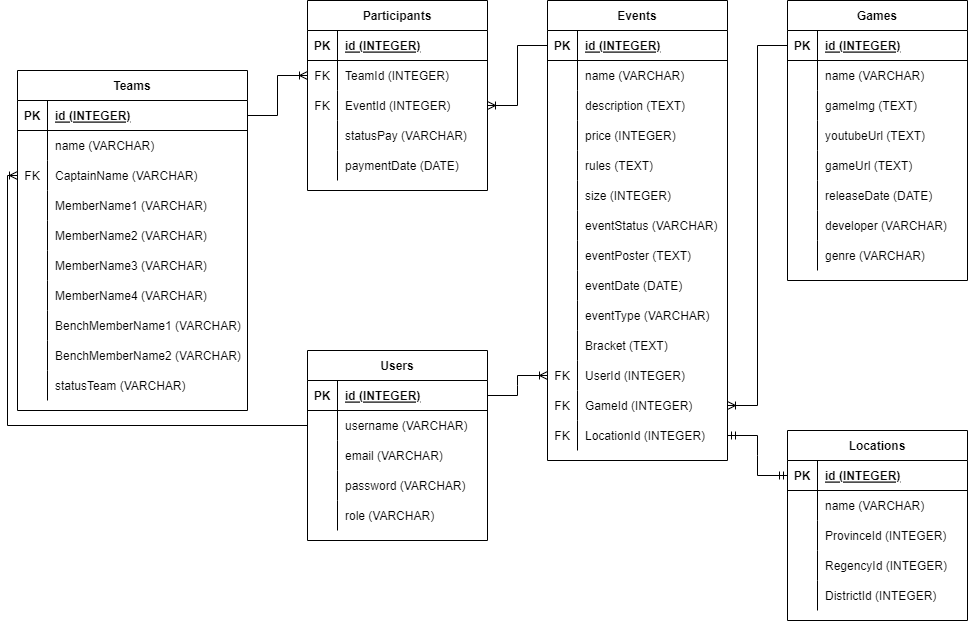
This is refrences/ERD DB Schema/Gametive Schema ERD.png from YohKristian/Gametive, a draw.io export, as it was before one commit. Source tidied: cells renumbered, new cells last; positions are measured from the earlier drawing's top-left corner, leaving out a move shared by most shapes.
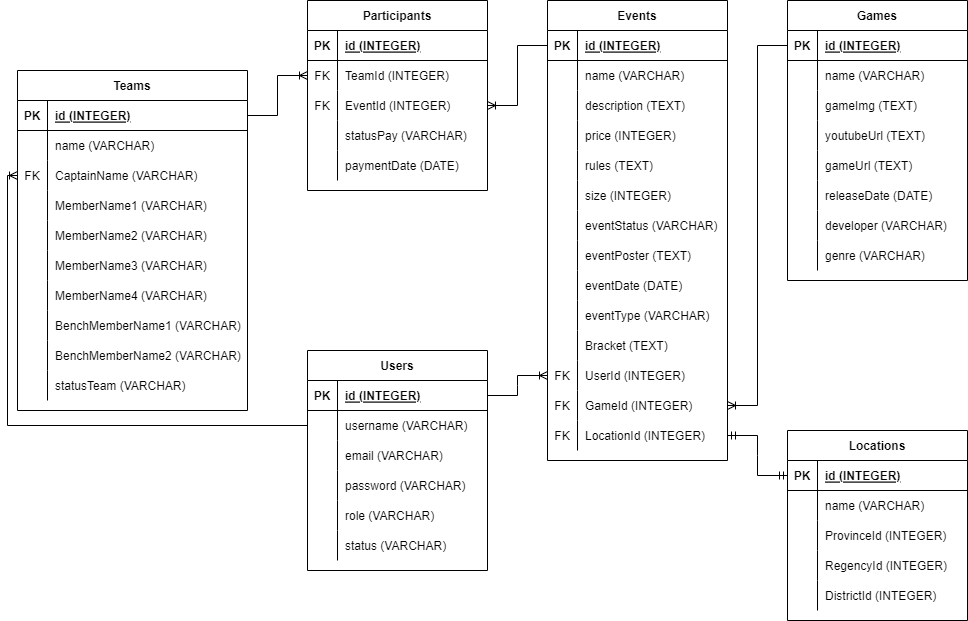
The same file after the commit.

Change to the diagram source:
```diff
@@ -3,7 +3,7 @@
     <mxCell id="0" />
     <mxCell id="1" parent="0" />
     <mxCell id="2" value="Users" style="shape=table;startSize=30;rowLines=0;fontStyle=1;align=center;" parent="1" vertex="1">
-      <mxGeometry x="290" y="350" width="180" height="190" as="geometry" />
+      <mxGeometry x="290" y="350" width="180" height="220" as="geometry" />
     </mxCell>
     <mxCell id="3" style="shape=tableRow;horizontal=0;startSize=0;swimlaneHead=0;swimlaneBody=0;fillColor=none;points=[[0,0.5],[1,0.5]];portConstraint=eastwest;top=0;left=0;right=0;bottom=1;" parent="2" vertex="1">
       <mxGeometry y="30" width="180" height="30" as="geometry" />
@@ -50,6 +50,15 @@
     <mxCell id="17" value="role (VARCHAR)" style="shape=partialRectangle;fillColor=none;top=0;left=0;bottom=0;right=0;align=left;spacingLeft=6;overflow=hidden;" parent="15" vertex="1">
       <mxGeometry x="30" width="150" height="30" as="geometry" />
     </mxCell>
+    <mxCell id="155" style="shape=tableRow;horizontal=0;startSize=0;swimlaneHead=0;swimlaneBody=0;fillColor=none;top=0;left=0;right=0;bottom=0;" parent="2" vertex="1">
+      <mxGeometry y="180" width="180" height="30" as="geometry" />
+    </mxCell>
+    <mxCell id="156" style="shape=partialRectangle;fillColor=none;top=0;left=0;bottom=0;right=0;overflow=hidden;" parent="155" vertex="1">
+      <mxGeometry width="30" height="30" as="geometry" />
+    </mxCell>
+    <mxCell id="157" value="status (VARCHAR)" style="shape=partialRectangle;fillColor=none;top=0;left=0;bottom=0;right=0;align=left;spacingLeft=6;overflow=hidden;" parent="155" vertex="1">
+      <mxGeometry x="30" width="150" height="30" as="geometry" />
+    </mxCell>
     <mxCell id="18" value="Events" style="shape=table;startSize=30;rowLines=0;fontStyle=1;align=center;" parent="1" vertex="1">
       <mxGeometry x="530" width="180" height="460" as="geometry" />
     </mxCell>
```
